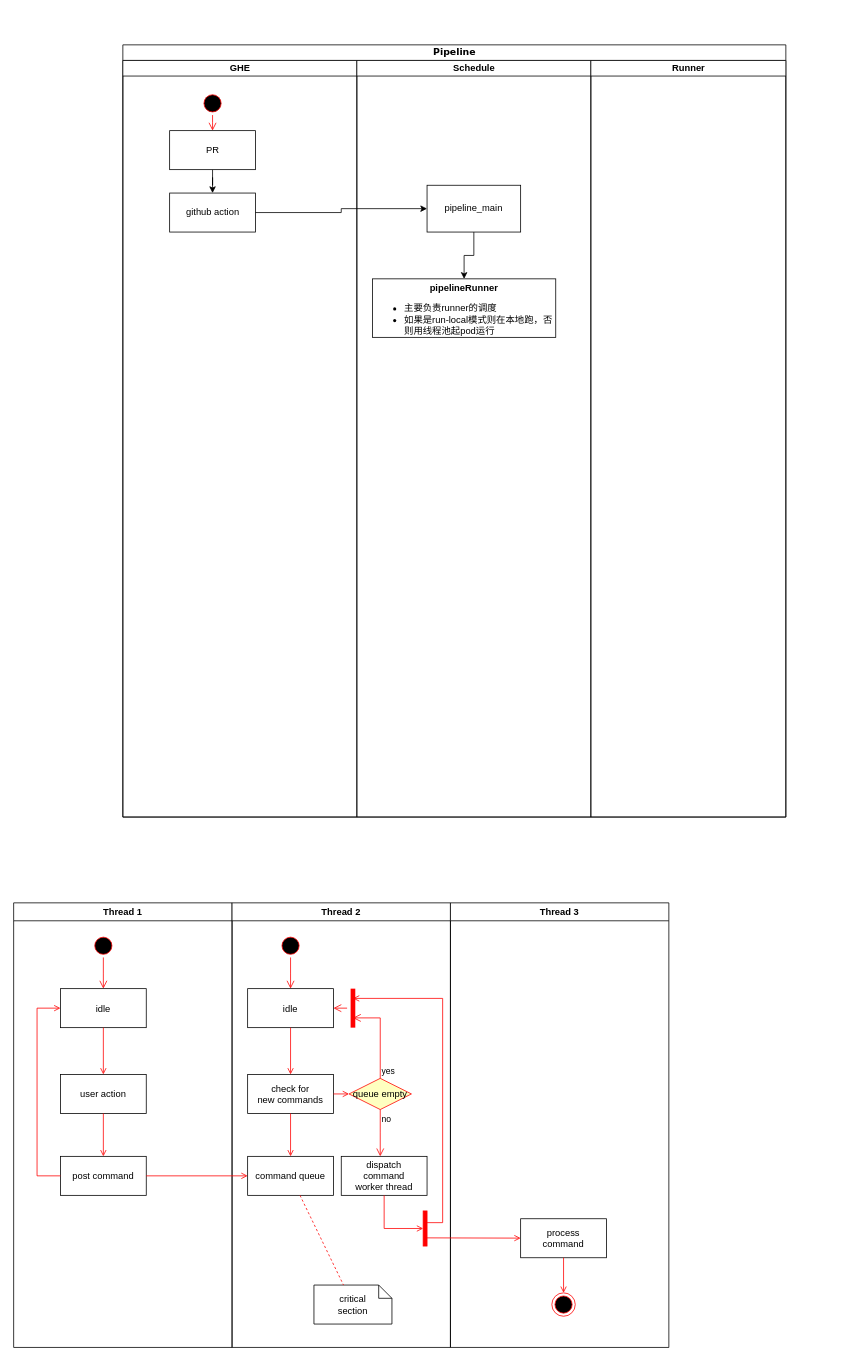
Earlier version of the draw.io diagram page "第 2 页" (2 of 2) of drawio/TuSimple.drawio (a244591052/Skill-Learning). Source tidied: cells renumbered, new cells numbered last; positions are measured from the earlier drawing's top-left corner, leaving out a move shared by most shapes. Both pictures are drawn from the tidied source at 78%, with x=0, y=0 at pixel (13, 44).
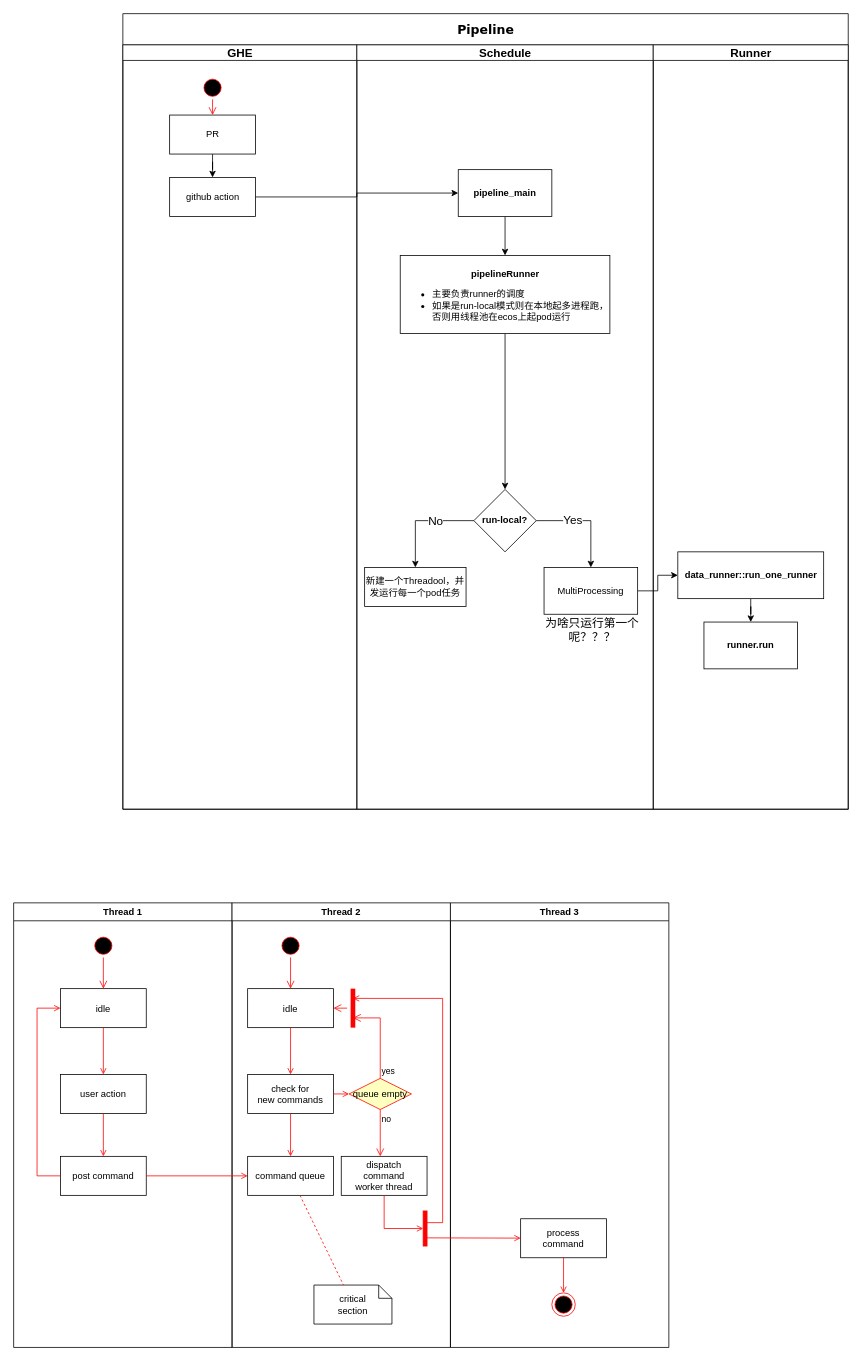
After the change.

The edit, as a diff of the source:
```diff
@@
-    <mxCell id="2" value="Pipeline" style="swimlane;html=1;startSize=20;rounded=0;shadow=0;comic=0;labelBackgroundColor=none;strokeWidth=1;fontFamily=Verdana;fontSize=12;align=center;" parent="1" vertex="1">
-      <mxGeometry x="140" width="850" height="990" as="geometry" />
+    <mxCell id="2" value="&lt;font style=&quot;font-size: 16px;&quot;&gt;Pipeline&lt;/font&gt;" style="swimlane;html=1;startSize=40;rounded=0;shadow=0;comic=0;labelBackgroundColor=none;strokeWidth=1;fontFamily=Verdana;fontSize=12;align=center;" parent="1" vertex="1">
+      <mxGeometry x="140" y="-40" width="930" height="1020" as="geometry" />
     </mxCell>
-    <mxCell id="3" value="GHE" style="swimlane;html=1;startSize=20;" parent="2" vertex="1">
-      <mxGeometry y="20" width="300" height="970" as="geometry" />
+    <mxCell id="3" value="&lt;font style=&quot;font-size: 15px;&quot;&gt;GHE&lt;/font&gt;" style="swimlane;html=1;startSize=20;" parent="2" vertex="1">
+      <mxGeometry y="40" width="300" height="980" as="geometry" />
     </mxCell>
@@
+    <mxCell id="50" style="edgeStyle=orthogonalEdgeStyle;rounded=0;jettySize=auto;html=1;exitX=1;exitY=0.5;exitDx=0;exitDy=0;fontSize=15;" parent="2" edge="1" source="57" target="61">
+      <mxGeometry relative="1" as="geometry" />
+    </mxCell>
-    <mxCell id="9" value="Schedule" style="swimlane;html=1;startSize=20;" parent="2" vertex="1">
-      <mxGeometry x="300" y="20" width="300" height="970" as="geometry" />
+    <mxCell id="9" value="&lt;font style=&quot;font-size: 15px;&quot;&gt;Schedule&lt;/font&gt;" style="swimlane;html=1;startSize=20;" parent="2" vertex="1">
+      <mxGeometry x="300" y="40" width="380" height="980" as="geometry" />
     </mxCell>
@@
-    <mxCell id="11" value="pipeline_main" style="whiteSpace=wrap;html=1;fillColor=rgb(255, 255, 255);strokeColor=rgb(0, 0, 0);fontColor=rgb(0, 0, 0);" parent="9" vertex="1">
-      <mxGeometry x="90" y="160" width="120" height="60" as="geometry" />
+    <mxCell id="11" value="&lt;b&gt;pipeline_main&lt;/b&gt;" style="whiteSpace=wrap;html=1;fillColor=rgb(255, 255, 255);strokeColor=rgb(0, 0, 0);fontColor=rgb(0, 0, 0);" parent="9" vertex="1">
+      <mxGeometry x="130" y="160" width="120" height="60" as="geometry" />
     </mxCell>
+    <mxCell id="51" style="edgeStyle=orthogonalEdgeStyle;rounded=0;jettySize=auto;html=1;fontSize=15;" parent="9" edge="1" source="12" target="56">
+      <mxGeometry relative="1" as="geometry" />
+    </mxCell>
-    <mxCell id="12" value="&lt;b&gt;&lt;br&gt;pipelineRunner&lt;/b&gt;&lt;br&gt;&lt;ul&gt;&lt;li style=&quot;text-align: left;&quot;&gt;主要负责runner的调度&lt;/li&gt;&lt;li style=&quot;text-align: left;&quot;&gt;如果是run-local模式则在本地跑，否则用线程池起pod运行&lt;/li&gt;&lt;/ul&gt;" style="whiteSpace=wrap;html=1;fillColor=rgb(255, 255, 255);strokeColor=rgb(0, 0, 0);fontColor=rgb(0, 0, 0);" parent="9" vertex="1">
-      <mxGeometry x="20" y="280" width="235" height="75" as="geometry" />
+    <mxCell id="12" value="&lt;b&gt;&lt;br&gt;pipelineRunner&lt;/b&gt;&lt;br&gt;&lt;ul&gt;&lt;li style=&quot;text-align: left;&quot;&gt;主要负责runner的调度&lt;/li&gt;&lt;li style=&quot;text-align: left;&quot;&gt;如果是run-local模式则在本地起多进程跑，否则用线程池在ecos上起pod运行&lt;/li&gt;&lt;/ul&gt;" style="whiteSpace=wrap;html=1;fillColor=rgb(255, 255, 255);strokeColor=rgb(0, 0, 0);fontColor=rgb(0, 0, 0);" parent="9" vertex="1">
+      <mxGeometry x="55.6" y="270" width="268.8" height="100" as="geometry" />
     </mxCell>
+    <mxCell id="52" style="edgeStyle=orthogonalEdgeStyle;rounded=0;jettySize=auto;html=1;fontSize=15;" parent="9" edge="1" source="56" target="57">
+      <mxGeometry relative="1" as="geometry" />
+    </mxCell>
+    <mxCell id="53" value="Yes" style="edgeLabel;html=1;align=center;verticalAlign=middle;fontSize=15;" parent="52" vertex="1">
+      <mxGeometry x="-0.29" y="2" relative="1" as="geometry" />
+    </mxCell>
+    <mxCell id="54" style="edgeStyle=orthogonalEdgeStyle;rounded=0;jettySize=auto;html=1;fontSize=15;" parent="9" edge="1" source="56" target="58">
+      <mxGeometry relative="1" as="geometry" />
+    </mxCell>
+    <mxCell id="55" value="No" style="edgeLabel;html=1;align=center;verticalAlign=middle;fontSize=15;" parent="54" vertex="1">
+      <mxGeometry x="-0.26" y="-1" relative="1" as="geometry" />
+    </mxCell>
+    <mxCell id="56" value="&lt;b&gt;run-local?&lt;/b&gt;" style="rhombus;whiteSpace=wrap;html=1;fillColor=rgb(255, 255, 255);strokeColor=rgb(0, 0, 0);fontColor=rgb(0, 0, 0);" parent="9" vertex="1">
+      <mxGeometry x="150" y="570" width="80" height="80" as="geometry" />
+    </mxCell>
+    <mxCell id="57" value="MultiProcessing" style="whiteSpace=wrap;html=1;fillColor=rgb(255, 255, 255);strokeColor=rgb(0, 0, 0);fontColor=rgb(0, 0, 0);" parent="9" vertex="1">
+      <mxGeometry x="240" y="670" width="120" height="60" as="geometry" />
+    </mxCell>
+    <mxCell id="58" value="新建一个Threadool，并发运行每一个pod任务" style="whiteSpace=wrap;html=1;fillColor=rgb(255, 255, 255);strokeColor=rgb(0, 0, 0);fontColor=rgb(0, 0, 0);" parent="9" vertex="1">
+      <mxGeometry x="10" y="670" width="130" height="50" as="geometry" />
+    </mxCell>
+    <mxCell id="59" value="为啥只运行第一个呢？？？" style="text;html=1;strokeColor=none;fillColor=none;align=center;verticalAlign=middle;whiteSpace=wrap;rounded=0;fontSize=15;" parent="9" vertex="1">
+      <mxGeometry x="237" y="730" width="130" height="40" as="geometry" />
+    </mxCell>
-    <mxCell id="13" value="Runner" style="swimlane;html=1;startSize=20;" parent="2" vertex="1">
-      <mxGeometry x="600" y="20" width="250" height="970" as="geometry" />
+    <mxCell id="13" value="&lt;font style=&quot;font-size: 15px;&quot;&gt;Runner&lt;/font&gt;" style="swimlane;html=1;startSize=20;" parent="2" vertex="1">
+      <mxGeometry x="680" y="40" width="250" height="980" as="geometry" />
     </mxCell>
+    <mxCell id="60" style="edgeStyle=orthogonalEdgeStyle;rounded=0;jettySize=auto;html=1;" parent="13" edge="1" source="61" target="62">
+      <mxGeometry relative="1" as="geometry" />
+    </mxCell>
+    <mxCell id="61" value="&lt;b&gt;data_runner::run_one_runner&lt;/b&gt;" style="whiteSpace=wrap;html=1;fillColor=rgb(255, 255, 255);strokeColor=rgb(0, 0, 0);fontColor=rgb(0, 0, 0);" parent="13" vertex="1">
+      <mxGeometry x="31.5" y="650" width="187" height="60" as="geometry" />
+    </mxCell>
+    <mxCell id="62" value="&lt;b&gt;runner.run&lt;/b&gt;" style="whiteSpace=wrap;html=1;fillColor=rgb(255, 255, 255);strokeColor=rgb(0, 0, 0);fontColor=rgb(0, 0, 0);" parent="13" vertex="1">
+      <mxGeometry x="65" y="740" width="120" height="60" as="geometry" />
+    </mxCell>
```
